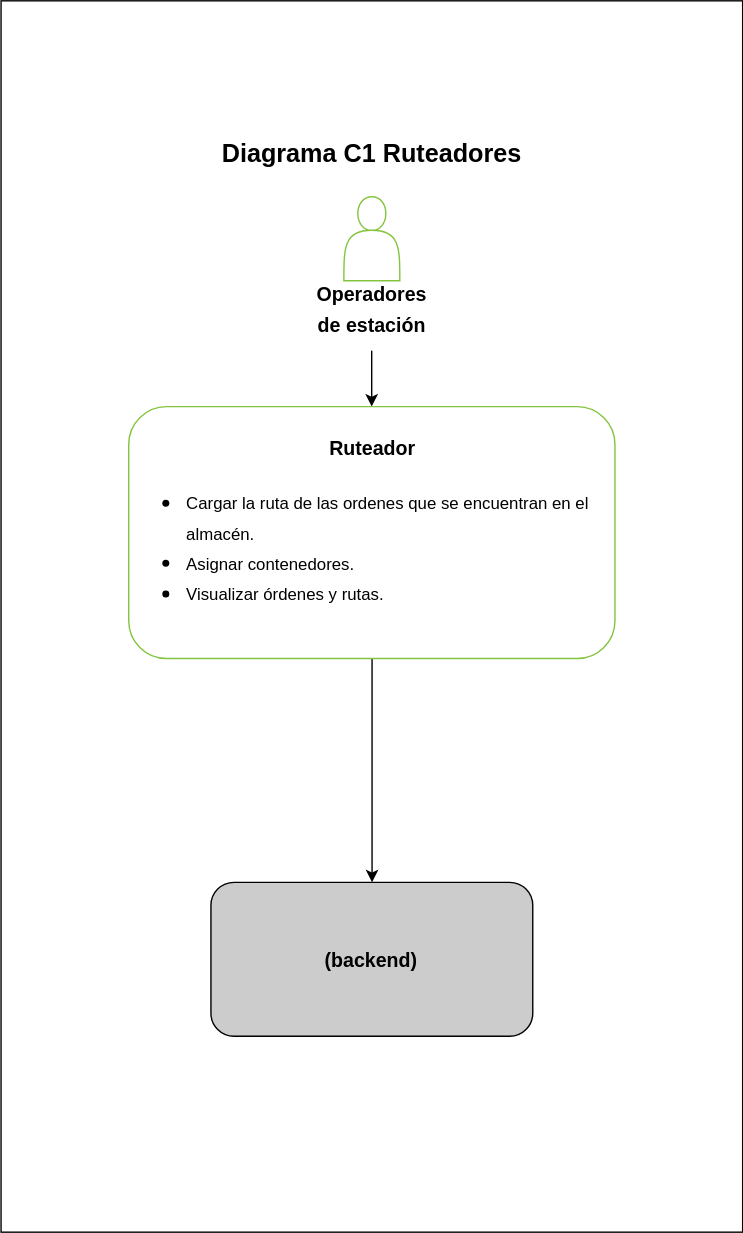
Earlier version of the draw.io export Diagrama C1 Ruteador.svg (dani99m/Diagramas). Source tidied: cells renumbered, new cells last; positions are measured from the earlier drawing's top-left corner, leaving out a move shared by most shapes. The source it was exported from:
```xml
<mxGraphModel>
  <root>
    <mxCell id="0" />
    <mxCell id="1" parent="0" />
    <mxCell id="2" style="rounded=0;whiteSpace=wrap;html=1;fontSize=18;" parent="1" vertex="1">
      <mxGeometry x="0.2" width="530" height="880" as="geometry" />
    </mxCell>
    <mxCell id="3" style="shape=actor;whiteSpace=wrap;html=1;strokeColor=#85C440;" parent="1" vertex="1">
      <mxGeometry x="245.2" y="140" width="40" height="60" as="geometry" />
    </mxCell>
    <mxCell id="4" style="endArrow=classic;html=1;rounded=0;" parent="1" edge="1">
      <mxGeometry relative="1" as="geometry">
        <mxPoint x="265.1" y="250" as="sourcePoint" />
        <mxPoint x="265.1" y="290" as="targetPoint" />
      </mxGeometry>
    </mxCell>
    <mxCell id="5" value="&lt;b&gt;&lt;font style=&quot;font-size: 18px;&quot;&gt;Diagrama C1 Ruteadores&lt;/font&gt;&lt;/b&gt;" style="text;html=1;align=center;verticalAlign=middle;strokeColor=none;fillColor=none;" parent="1" vertex="1">
      <mxGeometry x="145.2" y="90" width="240" height="40" as="geometry" />
    </mxCell>
    <mxCell id="6" value="&lt;font style=&quot;font-size: 14px;&quot;&gt;&lt;b&gt;(backend)&lt;br&gt;&lt;/b&gt;&lt;/font&gt;" style="rounded=1;whiteSpace=wrap;html=1;fontSize=18;fillColor=#CCCCCC;" parent="1" vertex="1">
      <mxGeometry x="150.2" y="630" width="230" height="110" as="geometry" />
    </mxCell>
    <mxCell id="7" style="edgeStyle=orthogonalEdgeStyle;rounded=0;jettySize=auto;html=1;fontSize=18;" parent="1" edge="1" source="8" target="6">
      <mxGeometry relative="1" as="geometry" />
    </mxCell>
    <mxCell id="8" value="&lt;font style=&quot;&quot;&gt;&lt;span style=&quot;font-weight: bold; font-size: 14px;&quot;&gt;Ruteador&lt;br&gt;&lt;/span&gt;&lt;div style=&quot;text-align: left;&quot;&gt;&lt;ul&gt;&lt;li&gt;&lt;span style=&quot;font-size: 12px; background-color: initial;&quot;&gt;Cargar la ruta de las ordenes que se encuentran en el almacén.&lt;/span&gt;&lt;/li&gt;&lt;li&gt;&lt;font style=&quot;font-size: 12px;&quot;&gt;Asignar contenedores.&lt;/font&gt;&lt;/li&gt;&lt;li&gt;&lt;font style=&quot;font-size: 12px;&quot;&gt;Visualizar órdenes y rutas.&lt;/font&gt;&lt;/li&gt;&lt;/ul&gt;&lt;/div&gt;&lt;/font&gt;" style="rounded=1;whiteSpace=wrap;html=1;fontSize=18;strokeColor=#85C440;" parent="1" vertex="1">
      <mxGeometry x="91.5" y="290" width="347.5" height="180" as="geometry" />
    </mxCell>
    <mxCell id="9" value="&lt;font style=&quot;font-size: 14px;&quot;&gt;&lt;b&gt;Operadores &lt;br&gt;de estación&lt;/b&gt;&lt;/font&gt;" style="text;html=1;align=center;verticalAlign=middle;strokeColor=none;fillColor=none;fontSize=18;" parent="1" vertex="1">
      <mxGeometry x="215.2" y="190" width="100" height="60" as="geometry" />
    </mxCell>
  </root>
</mxGraphModel>
```
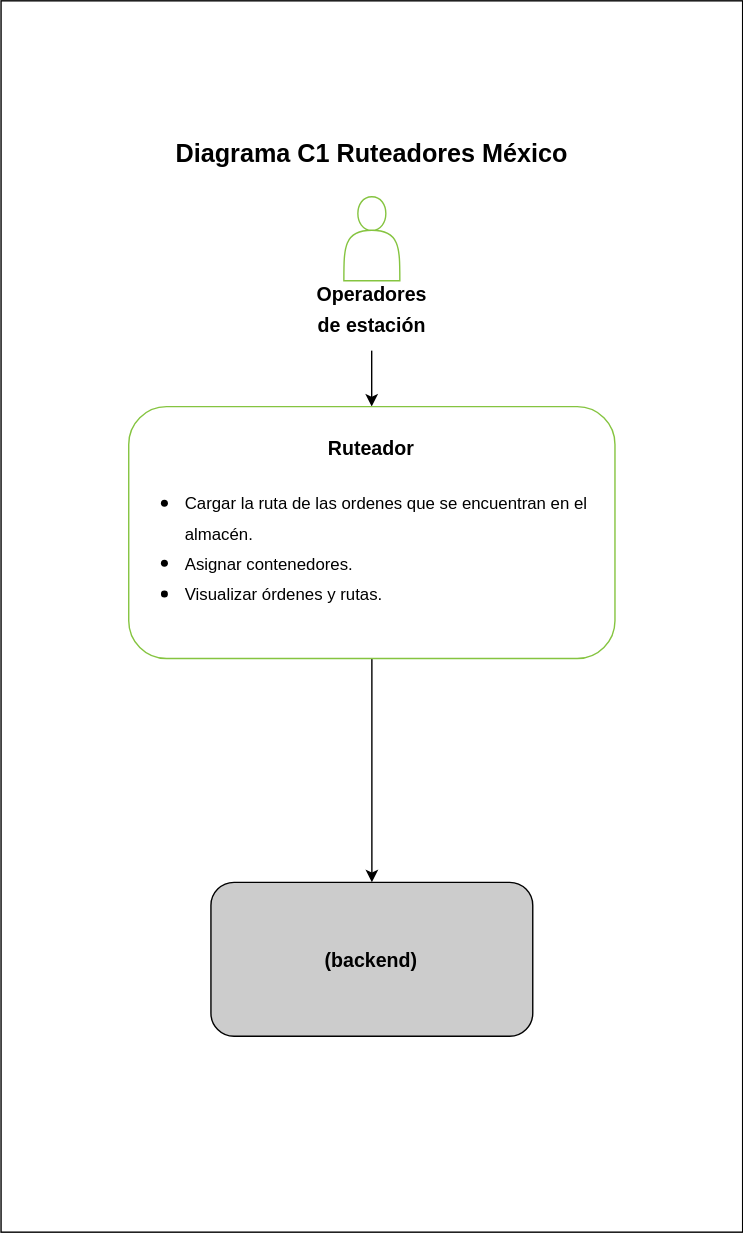
The same file after the commit.

Change to the diagram source:
```diff
@@ -14,8 +14,8 @@
         <mxPoint x="265.1" y="290" as="targetPoint" />
       </mxGeometry>
     </mxCell>
-    <mxCell id="5" value="&lt;b&gt;&lt;font style=&quot;font-size: 18px;&quot;&gt;Diagrama C1 Ruteadores&lt;/font&gt;&lt;/b&gt;" style="text;html=1;align=center;verticalAlign=middle;strokeColor=none;fillColor=none;" parent="1" vertex="1">
-      <mxGeometry x="145.2" y="90" width="240" height="40" as="geometry" />
+    <mxCell id="5" value="&lt;b&gt;&lt;font style=&quot;font-size: 18px;&quot;&gt;Diagrama C1 Ruteadores México&lt;/font&gt;&lt;/b&gt;" style="text;html=1;align=center;verticalAlign=middle;strokeColor=none;fillColor=none;" parent="1" vertex="1">
+      <mxGeometry x="115.2" y="90" width="300" height="40" as="geometry" />
     </mxCell>
     <mxCell id="6" value="&lt;font style=&quot;font-size: 14px;&quot;&gt;&lt;b&gt;(backend)&lt;br&gt;&lt;/b&gt;&lt;/font&gt;" style="rounded=1;whiteSpace=wrap;html=1;fontSize=18;fillColor=#CCCCCC;" parent="1" vertex="1">
       <mxGeometry x="150.2" y="630" width="230" height="110" as="geometry" />
```
